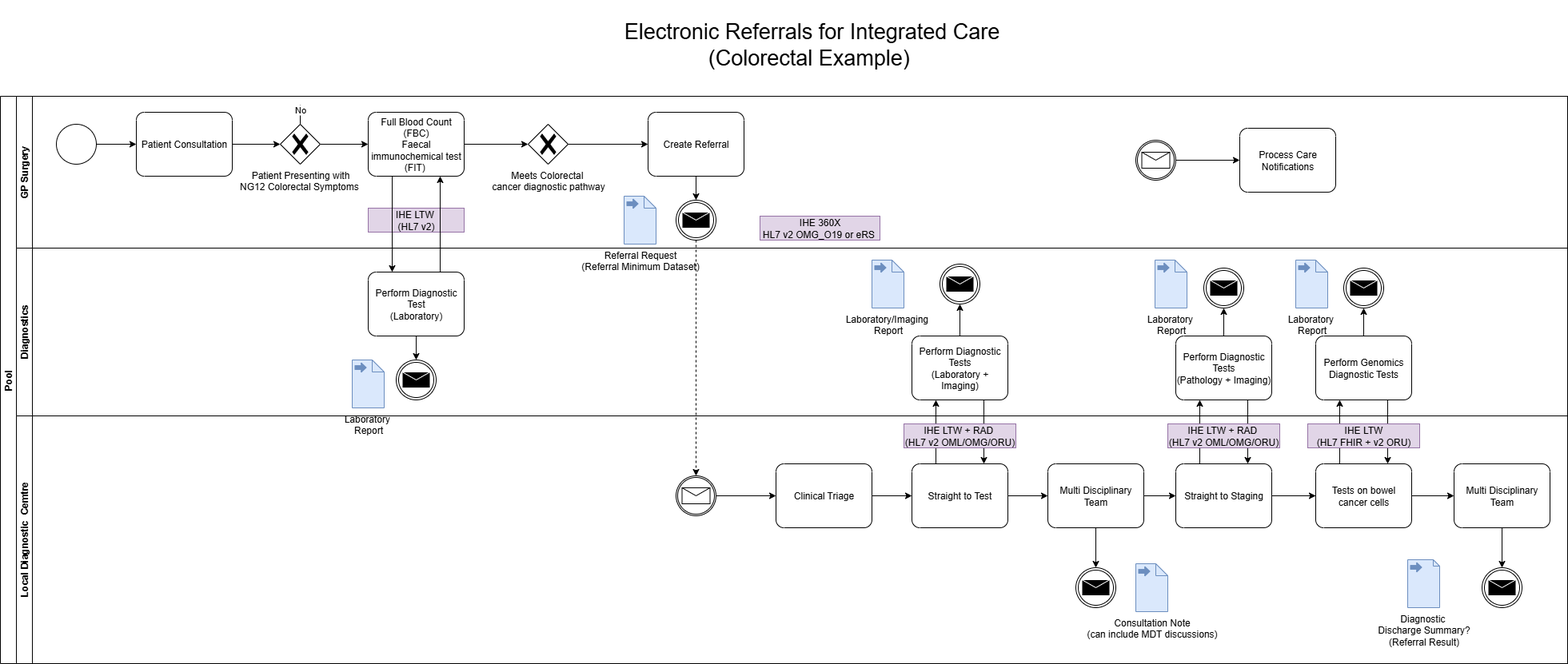
This is input/images/ERIC.drawio.png from uk-gov-mirror/nw-gmsa.nw-gmsa.github.com, a draw.io export, as it was before one commit. Source tidied: cells renumbered, new cells last; positions are measured from the earlier drawing's top-left corner, leaving out a move shared by most shapes.
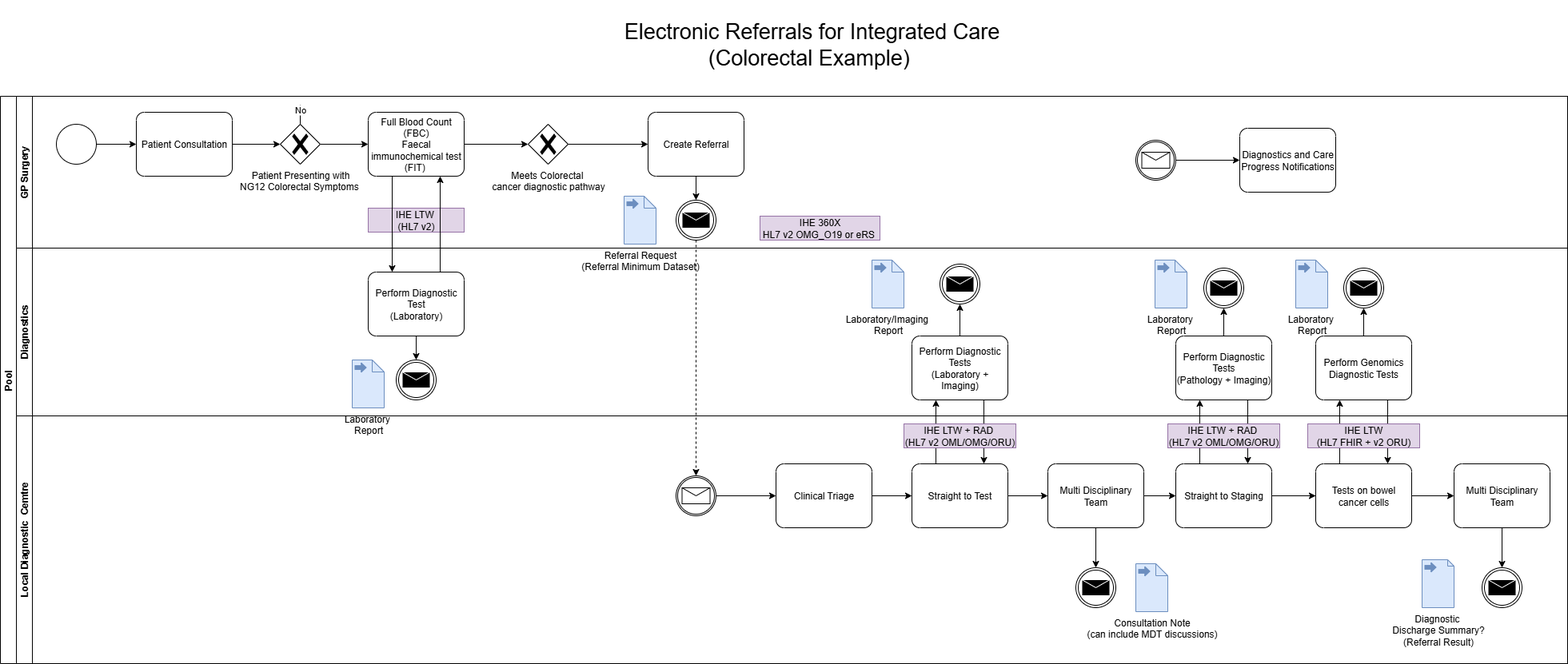
The same file after the commit.

Commit message:
Updated use case for colon cancer

The edit, as a diff of the source:
```diff
@@ -60,7 +60,7 @@
     <mxCell id="19" value="IHE 360X&lt;br&gt;HL7 v2 OMG_O19 or eRS&lt;span style=&quot;background-color: transparent; color: light-dark(rgb(0, 0, 0), rgb(255, 255, 255));&quot;&gt;&amp;nbsp;&lt;/span&gt;" style="rounded=0;whiteSpace=wrap;html=1;fillColor=#e1d5e7;strokeColor=#9673a6;" parent="3" vertex="1">
       <mxGeometry x="930" y="150" width="150" height="30" as="geometry" />
     </mxCell>
-    <mxCell id="20" value="Process Care Notifications" style="points=[[0.25,0,0],[0.5,0,0],[0.75,0,0],[1,0.25,0],[1,0.5,0],[1,0.75,0],[0.75,1,0],[0.5,1,0],[0.25,1,0],[0,0.75,0],[0,0.5,0],[0,0.25,0]];shape=mxgraph.bpmn.task2;whiteSpace=wrap;rectStyle=rounded;size=10;html=1;taskMarker=abstract;" parent="3" vertex="1">
+    <mxCell id="20" value="Diagnostics and Care Progress Notifications" style="points=[[0.25,0,0],[0.5,0,0],[0.75,0,0],[1,0.25,0],[1,0.5,0],[1,0.75,0],[0.75,1,0],[0.5,1,0],[0.25,1,0],[0,0.75,0],[0,0.5,0],[0,0.25,0]];shape=mxgraph.bpmn.task2;whiteSpace=wrap;rectStyle=rounded;size=10;html=1;taskMarker=abstract;" parent="3" vertex="1">
       <mxGeometry x="1530" y="40" width="120" height="80" as="geometry" />
     </mxCell>
     <mxCell id="21" style="points=[[0.145,0.145,0],[0.5,0,0],[0.855,0.145,0],[1,0.5,0],[0.855,0.855,0],[0.5,1,0],[0.145,0.855,0],[0,0.5,0]];shape=mxgraph.bpmn.event;html=1;verticalLabelPosition=bottom;labelBackgroundColor=#ffffff;verticalAlign=top;align=center;perimeter=ellipsePerimeter;outlineConnect=0;outline=catching;symbol=message;" parent="3" vertex="1">
@@ -189,7 +189,7 @@
       <mxGeometry x="1400" y="185" width="40" height="60" as="geometry" />
     </mxCell>
     <mxCell id="62" value="Diagnostic&amp;nbsp;&lt;br&gt;Discharge Summary?&lt;br&gt;(Referral Result)" style="shape=mxgraph.bpmn.data2;labelPosition=center;verticalLabelPosition=bottom;align=center;verticalAlign=top;size=8;html=1;bpmnTransferType=output;fillColor=#dae8fc;strokeColor=#6c8ebf;" parent="50" vertex="1">
-      <mxGeometry x="1740" y="180" width="40" height="60" as="geometry" />
+      <mxGeometry x="1758" y="180" width="40" height="60" as="geometry" />
     </mxCell>
     <mxCell id="63" style="edgeStyle=orthogonalEdgeStyle;rounded=0;jettySize=auto;html=1;" parent="50" edge="1" source="56" target="65">
       <mxGeometry relative="1" as="geometry" />
```
